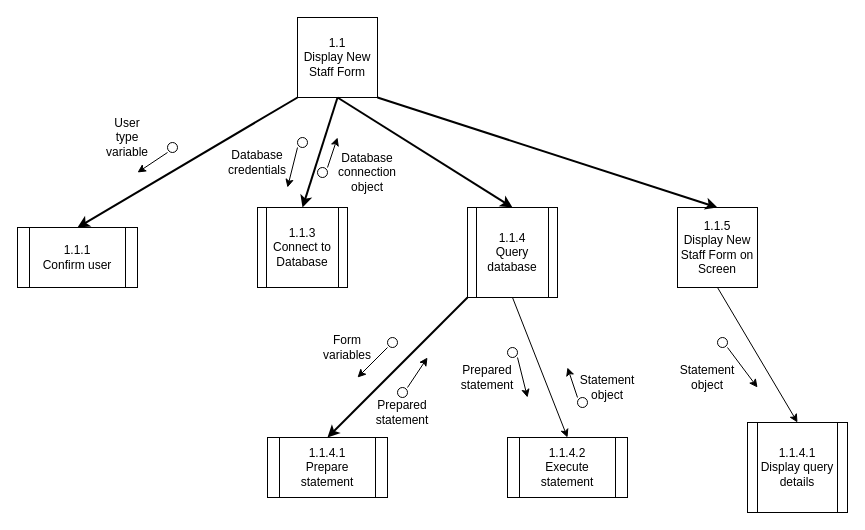
Before: page "1.1: Display New Staff Form" (1 of 2) of Diagrams/StructureCharts/Proc1CreateStaff.drawio in Harlento/SchedulingSystem, a draw.io diagram. Source tidied: cells renumbered, new cells numbered last; positions are measured from the earlier drawing's top-left corner, leaving out a move shared by most shapes. Both pictures are drawn from the tidied source at 100%, with x=0, y=0 at pixel (17, 17).
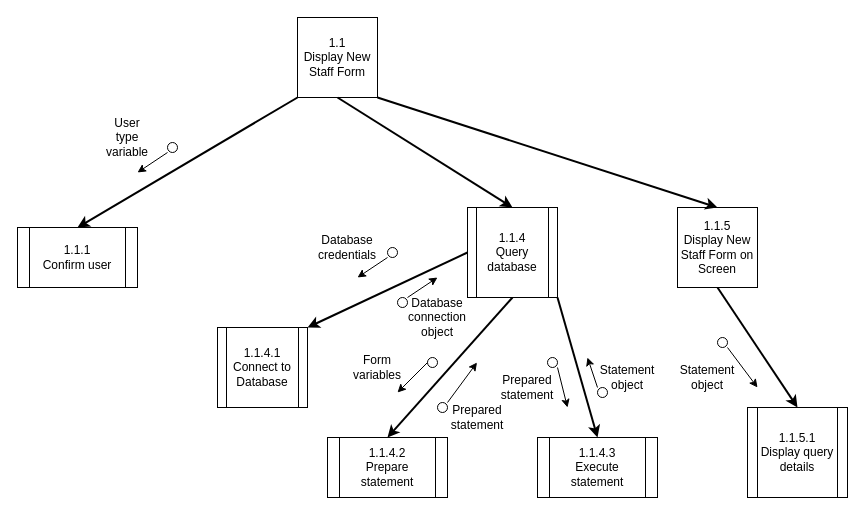
The same page after the edit.

Unchanged cells that the change refers to:
```xml
<mxCell id="2" value="1.1&lt;br&gt;Display New Staff Form" style="whiteSpace=wrap;html=1;" parent="1" vertex="1">
  <mxGeometry x="280" width="80" height="80" as="geometry" />
</mxCell>
<mxCell id="3" value="1.1.5&lt;br&gt;Display New Staff Form on Screen" style="whiteSpace=wrap;html=1;" parent="1" vertex="1">
  <mxGeometry x="660" y="190" width="80" height="80" as="geometry" />
</mxCell>
<mxCell id="10" value="1.1.4&lt;br&gt;Query database" style="shape=process;whiteSpace=wrap;html=1;backgroundOutline=1;" parent="1" vertex="1">
  <mxGeometry x="450" y="190" width="90" height="90" as="geometry" />
</mxCell>
```

What changed in the source:
```diff
@@
-    <mxCell id="8" value="1.1.4.1&lt;br&gt;Display query details" style="shape=process;whiteSpace=wrap;html=1;backgroundOutline=1;" parent="1" vertex="1">
-      <mxGeometry x="730" y="405" width="100" height="90" as="geometry" />
+    <mxCell id="8" value="1.1.5.1&lt;br&gt;Display query details" style="shape=process;whiteSpace=wrap;html=1;backgroundOutline=1;" parent="1" vertex="1">
+      <mxGeometry x="730" y="390" width="100" height="90" as="geometry" />
     </mxCell>
-    <mxCell id="9" style="endArrow=classic;html=1;strokeWidth=2;entryX=0.5;entryY=0;entryDx=0;entryDy=0;exitX=0;exitY=1;exitDx=0;exitDy=0;" parent="1" edge="1" source="10" target="29">
+    <mxCell id="9" style="endArrow=classic;html=1;strokeWidth=2;entryX=0.5;entryY=0;entryDx=0;entryDy=0;exitX=0.5;exitY=1;exitDx=0;exitDy=0;" parent="1" edge="1" source="10" target="29">
       <mxGeometry relative="1" as="geometry" />
     </mxCell>
@@
-    <mxCell id="11" value="1.1.3&lt;br&gt;Connect to Database" style="shape=process;whiteSpace=wrap;html=1;backgroundOutline=1;" parent="1" vertex="1">
-      <mxGeometry x="240" y="190" width="90" height="80" as="geometry" />
+    <mxCell id="11" value="1.1.4.1&lt;br&gt;Connect to Database" style="shape=process;whiteSpace=wrap;html=1;backgroundOutline=1;" parent="1" vertex="1">
+      <mxGeometry x="200" y="310" width="90" height="80" as="geometry" />
     </mxCell>
-    <mxCell id="12" style="endArrow=classic;html=1;strokeWidth=2;entryX=0.5;entryY=0;entryDx=0;entryDy=0;exitX=0.5;exitY=1;exitDx=0;exitDy=0;" parent="1" edge="1" source="2" target="11">
+    <mxCell id="12" style="endArrow=classic;html=1;strokeWidth=2;exitX=0;exitY=0.5;exitDx=0;exitDy=0;entryX=1;entryY=0;entryDx=0;entryDy=0;" parent="1" edge="1" source="10" target="11">
       <mxGeometry relative="1" as="geometry" />
     </mxCell>
@@
     <mxCell id="16" style="ellipse;whiteSpace=wrap;html=1;" parent="1" vertex="1">
-      <mxGeometry x="490" y="330" width="10" height="10" as="geometry" />
+      <mxGeometry x="530" y="340" width="10" height="10" as="geometry" />
     </mxCell>
     <mxCell id="17" style="ellipse;whiteSpace=wrap;html=1;" parent="1" vertex="1">
-      <mxGeometry x="560" y="380" width="10" height="10" as="geometry" />
+      <mxGeometry x="580" y="370" width="10" height="10" as="geometry" />
     </mxCell>
     <mxCell id="18" style="ellipse;whiteSpace=wrap;html=1;" parent="1" vertex="1">
-      <mxGeometry x="370" y="320" width="10" height="10" as="geometry" />
+      <mxGeometry x="410" y="340" width="10" height="10" as="geometry" />
     </mxCell>
     <mxCell id="19" style="ellipse;whiteSpace=wrap;html=1;" parent="1" vertex="1">
-      <mxGeometry x="380" y="370" width="10" height="10" as="geometry" />
+      <mxGeometry x="420" y="385" width="10" height="10" as="geometry" />
     </mxCell>
     <mxCell id="20" style="ellipse;whiteSpace=wrap;html=1;" parent="1" vertex="1">
-      <mxGeometry x="300" y="150" width="10" height="10" as="geometry" />
+      <mxGeometry x="380" y="280" width="10" height="10" as="geometry" />
     </mxCell>
     <mxCell id="21" style="ellipse;whiteSpace=wrap;html=1;" parent="1" vertex="1">
-      <mxGeometry x="280" y="120" width="10" height="10" as="geometry" />
+      <mxGeometry x="370" y="230" width="10" height="10" as="geometry" />
     </mxCell>
@@
     <mxCell id="24" value="Database credentials" style="text;html=1;strokeColor=none;fillColor=none;align=center;verticalAlign=middle;whiteSpace=wrap;rounded=0;" parent="1" vertex="1">
-      <mxGeometry x="220" y="135" width="40" height="20" as="geometry" />
+      <mxGeometry x="310" y="220" width="40" height="20" as="geometry" />
     </mxCell>
     <mxCell id="25" style="endArrow=classic;html=1;" parent="1" edge="1">
       <mxGeometry relative="1" as="geometry">
-        <mxPoint x="280" y="130" as="sourcePoint" />
-        <mxPoint x="270" y="170" as="targetPoint" />
+        <mxPoint x="370" y="240" as="sourcePoint" />
+        <mxPoint x="340" y="260" as="targetPoint" />
       </mxGeometry>
     </mxCell>
     <mxCell id="26" style="endArrow=classic;html=1;" parent="1" edge="1">
       <mxGeometry relative="1" as="geometry">
-        <mxPoint x="310" y="150" as="sourcePoint" />
-        <mxPoint x="320" y="120" as="targetPoint" />
+        <mxPoint x="390" y="280" as="sourcePoint" />
+        <mxPoint x="420" y="260" as="targetPoint" />
       </mxGeometry>
     </mxCell>
     <mxCell id="27" value="Database connection object" style="text;html=1;strokeColor=none;fillColor=none;align=center;verticalAlign=middle;whiteSpace=wrap;rounded=0;" parent="1" vertex="1">
-      <mxGeometry x="330" y="145" width="40" height="20" as="geometry" />
+      <mxGeometry x="400" y="290" width="40" height="20" as="geometry" />
     </mxCell>
     <mxCell id="28" style="endArrow=classic;html=1;" parent="1" edge="1">
       <mxGeometry relative="1" as="geometry">
-        <mxPoint x="390" y="370" as="sourcePoint" />
-        <mxPoint x="410" y="340" as="targetPoint" />
+        <mxPoint x="430" y="385" as="sourcePoint" />
+        <mxPoint x="459.5" y="345" as="targetPoint" />
       </mxGeometry>
     </mxCell>
-    <mxCell id="29" value="1.1.4.1&lt;br&gt;Prepare statement" style="shape=process;whiteSpace=wrap;html=1;backgroundOutline=1;" parent="1" vertex="1">
-      <mxGeometry x="250" y="420" width="120" height="60" as="geometry" />
+    <mxCell id="29" value="1.1.4.2&lt;br&gt;Prepare statement" style="shape=process;whiteSpace=wrap;html=1;backgroundOutline=1;" parent="1" vertex="1">
+      <mxGeometry x="310" y="420" width="120" height="60" as="geometry" />
     </mxCell>
-    <mxCell id="30" value="1.1.4.2&lt;br&gt;Execute statement" style="shape=process;whiteSpace=wrap;html=1;backgroundOutline=1;" parent="1" vertex="1">
-      <mxGeometry x="490" y="420" width="120" height="60" as="geometry" />
+    <mxCell id="30" value="1.1.4.3&lt;br&gt;Execute statement" style="shape=process;whiteSpace=wrap;html=1;backgroundOutline=1;" parent="1" vertex="1">
+      <mxGeometry x="520" y="420" width="120" height="60" as="geometry" />
     </mxCell>
     <mxCell id="31" style="endArrow=classic;html=1;" parent="1" edge="1">
       <mxGeometry relative="1" as="geometry">
-        <mxPoint x="370" y="330" as="sourcePoint" />
-        <mxPoint x="340" y="360" as="targetPoint" />
+        <mxPoint x="410" y="345" as="sourcePoint" />
+        <mxPoint x="380" y="375" as="targetPoint" />
       </mxGeometry>
     </mxCell>
-    <mxCell id="32" style="endArrow=classic;html=1;exitX=0.5;exitY=1;exitDx=0;exitDy=0;entryX=0.5;entryY=0;entryDx=0;entryDy=0;" parent="1" edge="1" source="10" target="30">
+    <mxCell id="32" style="endArrow=classic;html=1;exitX=1;exitY=1;exitDx=0;exitDy=0;entryX=0.5;entryY=0;entryDx=0;entryDy=0;strokeWidth=2;" parent="1" edge="1" source="10" target="30">
       <mxGeometry relative="1" as="geometry" />
     </mxCell>
     <mxCell id="33" style="endArrow=classic;html=1;" parent="1" edge="1">
       <mxGeometry relative="1" as="geometry">
-        <mxPoint x="500" y="340" as="sourcePoint" />
-        <mxPoint x="510" y="380" as="targetPoint" />
+        <mxPoint x="540" y="350" as="sourcePoint" />
+        <mxPoint x="550" y="390" as="targetPoint" />
       </mxGeometry>
     </mxCell>
     <mxCell id="34" style="endArrow=classic;html=1;" parent="1" edge="1">
       <mxGeometry relative="1" as="geometry">
-        <mxPoint x="560" y="380" as="sourcePoint" />
-        <mxPoint x="550" y="350" as="targetPoint" />
+        <mxPoint x="580" y="370" as="sourcePoint" />
+        <mxPoint x="570" y="340" as="targetPoint" />
       </mxGeometry>
     </mxCell>
     <mxCell id="35" value="Form variables" style="text;html=1;strokeColor=none;fillColor=none;align=center;verticalAlign=middle;whiteSpace=wrap;rounded=0;" parent="1" vertex="1">
-      <mxGeometry x="310" y="320" width="40" height="20" as="geometry" />
+      <mxGeometry x="340" y="340" width="40" height="20" as="geometry" />
     </mxCell>
     <mxCell id="36" value="Prepared statement" style="text;html=1;strokeColor=none;fillColor=none;align=center;verticalAlign=middle;whiteSpace=wrap;rounded=0;" parent="1" vertex="1">
-      <mxGeometry x="365" y="385" width="40" height="20" as="geometry" />
+      <mxGeometry x="440" y="390" width="40" height="20" as="geometry" />
     </mxCell>
     <mxCell id="37" value="Prepared statement" style="text;html=1;strokeColor=none;fillColor=none;align=center;verticalAlign=middle;whiteSpace=wrap;rounded=0;" parent="1" vertex="1">
-      <mxGeometry x="450" y="350" width="40" height="20" as="geometry" />
+      <mxGeometry x="490" y="360" width="40" height="20" as="geometry" />
     </mxCell>
     <mxCell id="38" value="Statement object" style="text;html=1;strokeColor=none;fillColor=none;align=center;verticalAlign=middle;whiteSpace=wrap;rounded=0;" parent="1" vertex="1">
-      <mxGeometry x="570" y="360" width="40" height="20" as="geometry" />
+      <mxGeometry x="590" y="350" width="40" height="20" as="geometry" />
     </mxCell>
-    <mxCell id="39" style="endArrow=classic;html=1;exitX=0.5;exitY=1;exitDx=0;exitDy=0;entryX=0.5;entryY=0;entryDx=0;entryDy=0;" parent="1" edge="1" source="3" target="8">
+    <mxCell id="39" style="endArrow=classic;html=1;exitX=0.5;exitY=1;exitDx=0;exitDy=0;entryX=0.5;entryY=0;entryDx=0;entryDy=0;strokeWidth=2;" parent="1" edge="1" source="3" target="8">
       <mxGeometry relative="1" as="geometry" />
     </mxCell>
```
